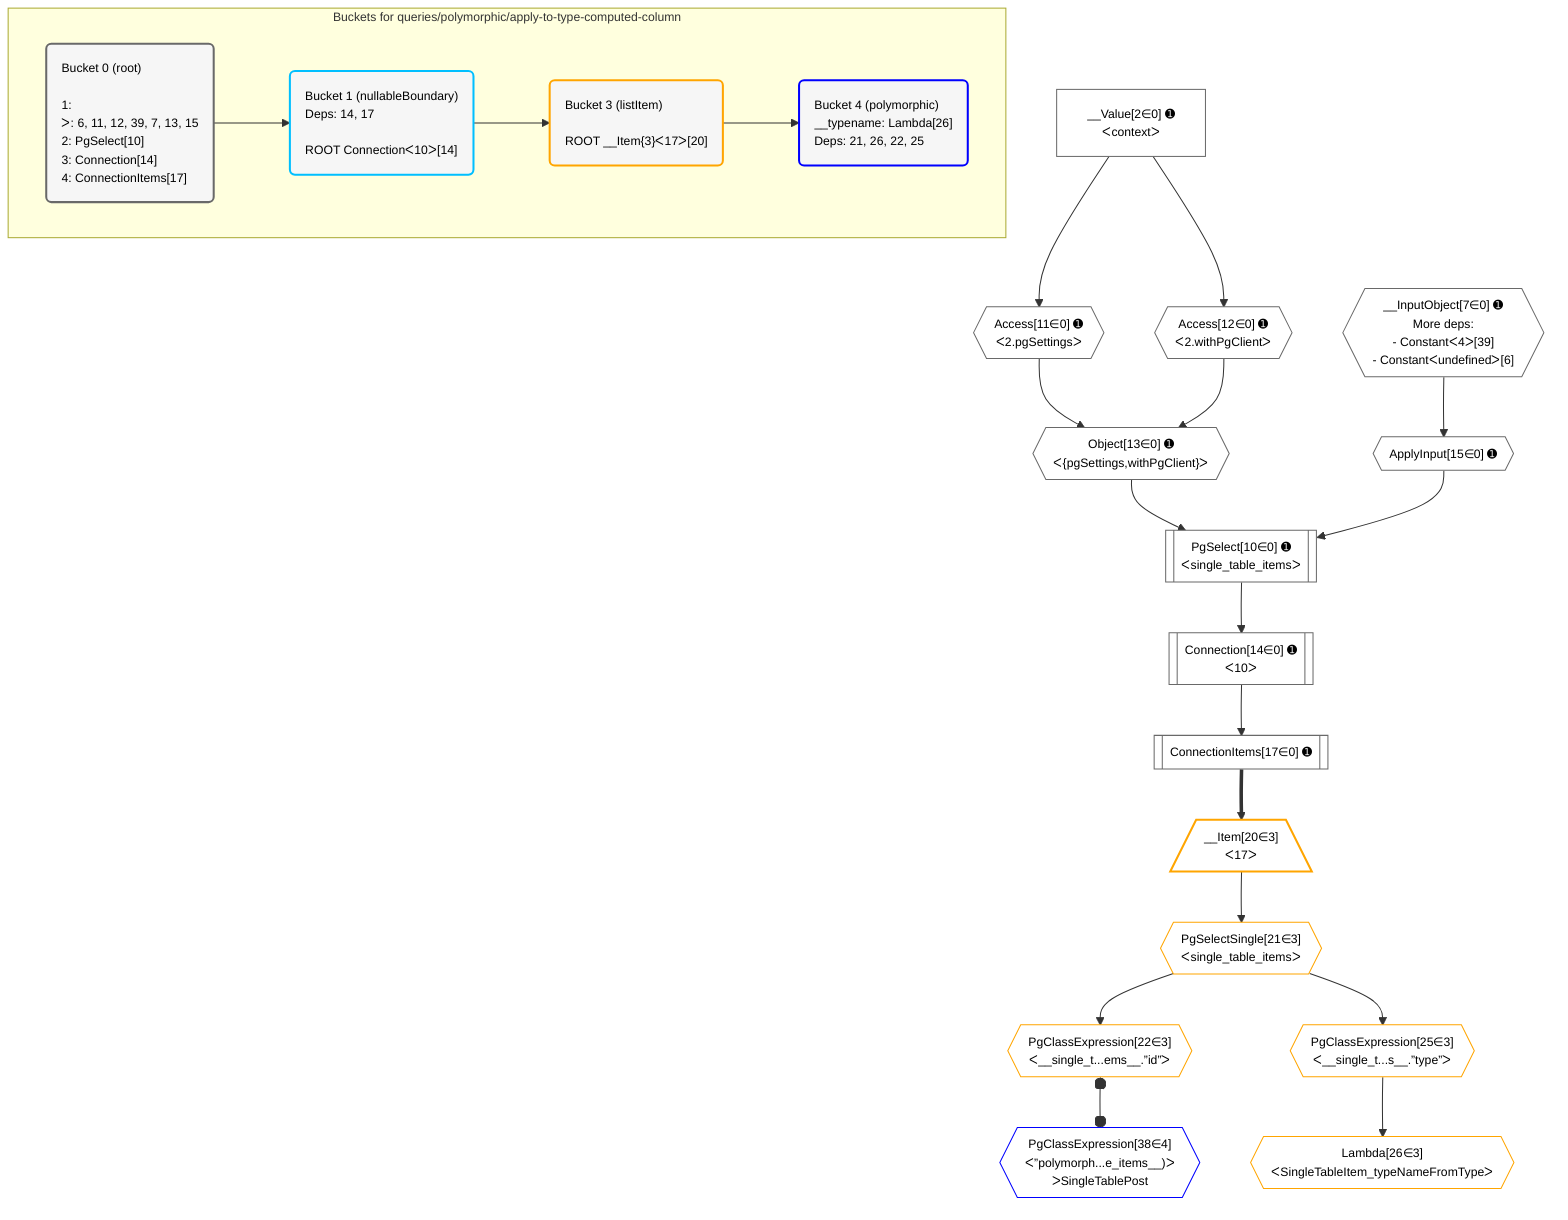
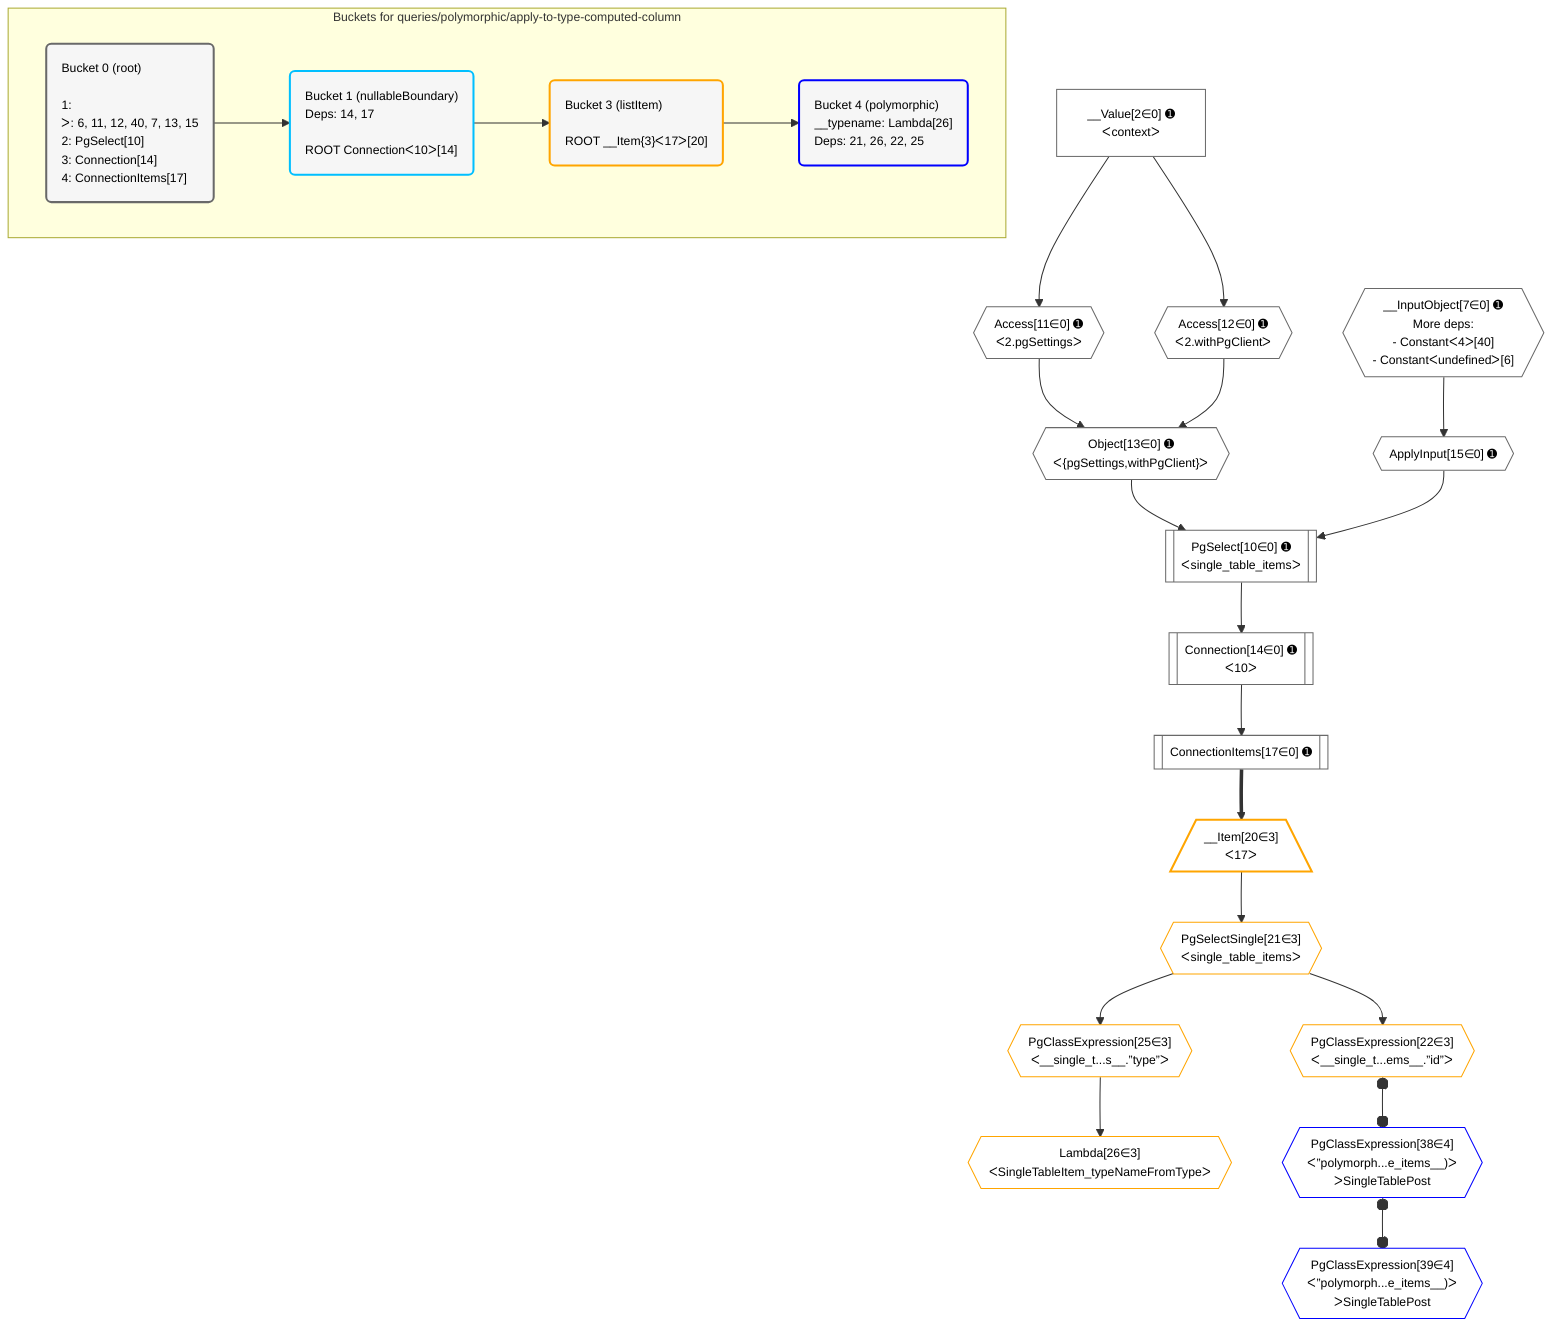
%%{init: {'themeVariables': { 'fontSize': '12px'}}}%%
graph TD
    classDef path fill:#eee,stroke:#000,color:#000
    classDef plan fill:#fff,stroke-width:1px,color:#000
    classDef itemplan fill:#fff,stroke-width:2px,color:#000
    classDef unbatchedplan fill:#dff,stroke-width:1px,color:#000
    classDef sideeffectplan fill:#fcc,stroke-width:2px,color:#000
    classDef bucket fill:#f6f6f6,color:#000,stroke-width:2px,text-align:left

    subgraph "Buckets for queries/polymorphic/apply-to-type-computed-column"
-     Bucket0("Bucket 0 (root)<br /><br />1: <br />ᐳ: 6, 11, 12, 39, 7, 13, 15<br />2: PgSelect[10]<br />3: Connection[14]<br />4: ConnectionItems[17]"):::bucket
+     Bucket0("Bucket 0 (root)<br /><br />1: <br />ᐳ: 6, 11, 12, 40, 7, 13, 15<br />2: PgSelect[10]<br />3: Connection[14]<br />4: ConnectionItems[17]"):::bucket
    Bucket1("Bucket 1 (nullableBoundary)<br />Deps: 14, 17<br /><br />ROOT Connectionᐸ10ᐳ[14]"):::bucket
    Bucket3("Bucket 3 (listItem)<br /><br />ROOT __Item{3}ᐸ17ᐳ[20]"):::bucket
    Bucket4("Bucket 4 (polymorphic)<br />__typename: Lambda[26]<br />Deps: 21, 26, 22, 25"):::bucket
    end
    Bucket0 --> Bucket1
    Bucket1 --> Bucket3
    Bucket3 --> Bucket4

    %% plan dependencies
-     __InputObject7{{"__InputObject[7∈0] ➊<br />More deps:<br />- Constantᐸ4ᐳ[39]<br />- Constantᐸundefinedᐳ[6]"}}:::plan
+     __InputObject7{{"__InputObject[7∈0] ➊<br />More deps:<br />- Constantᐸ4ᐳ[40]<br />- Constantᐸundefinedᐳ[6]"}}:::plan
    PgSelect10[["PgSelect[10∈0] ➊<br />ᐸsingle_table_itemsᐳ"]]:::plan
    Object13{{"Object[13∈0] ➊<br />ᐸ{pgSettings,withPgClient}ᐳ"}}:::plan
    ApplyInput15{{"ApplyInput[15∈0] ➊"}}:::plan
    Object13 & ApplyInput15 --> PgSelect10
    Access11{{"Access[11∈0] ➊<br />ᐸ2.pgSettingsᐳ"}}:::plan
    Access12{{"Access[12∈0] ➊<br />ᐸ2.withPgClientᐳ"}}:::plan
    Access11 & Access12 --> Object13
    __Value2["__Value[2∈0] ➊<br />ᐸcontextᐳ"]:::plan
    __Value2 --> Access11
    __Value2 --> Access12
    Connection14[["Connection[14∈0] ➊<br />ᐸ10ᐳ"]]:::plan
    PgSelect10 --> Connection14
    __InputObject7 --> ApplyInput15
    ConnectionItems17[["ConnectionItems[17∈0] ➊"]]:::plan
    Connection14 --> ConnectionItems17
    __Item20[/"__Item[20∈3]<br />ᐸ17ᐳ"\]:::itemplan
    ConnectionItems17 ==> __Item20
    PgSelectSingle21{{"PgSelectSingle[21∈3]<br />ᐸsingle_table_itemsᐳ"}}:::plan
    __Item20 --> PgSelectSingle21
    PgClassExpression22{{"PgClassExpression[22∈3]<br />ᐸ__single_t...ems__.”id”ᐳ"}}:::plan
    PgSelectSingle21 --> PgClassExpression22
    PgClassExpression25{{"PgClassExpression[25∈3]<br />ᐸ__single_t...s__.”type”ᐳ"}}:::plan
    PgSelectSingle21 --> PgClassExpression25
    Lambda26{{"Lambda[26∈3]<br />ᐸSingleTableItem_typeNameFromTypeᐳ"}}:::plan
    PgClassExpression25 --> Lambda26
    PgClassExpression38{{"PgClassExpression[38∈4]<br />ᐸ”polymorph...e_items__)ᐳ<br />ᐳSingleTablePost"}}:::plan
    PgClassExpression22 o--o PgClassExpression38
+     PgClassExpression39{{"PgClassExpression[39∈4]<br />ᐸ”polymorph...e_items__)ᐳ<br />ᐳSingleTablePost"}}:::plan
+     PgClassExpression38 o--o PgClassExpression39

    %% define steps
    classDef bucket0 stroke:#696969
    class Bucket0,__Value2,__InputObject7,PgSelect10,Access11,Access12,Object13,Connection14,ApplyInput15,ConnectionItems17 bucket0
    classDef bucket1 stroke:#00bfff
    class Bucket1 bucket1
    classDef bucket3 stroke:#ffa500
    class Bucket3,__Item20,PgSelectSingle21,PgClassExpression22,PgClassExpression25,Lambda26 bucket3
    classDef bucket4 stroke:#0000ff
-     class Bucket4,PgClassExpression38 bucket4
+     class Bucket4,PgClassExpression38,PgClassExpression39 bucket4

